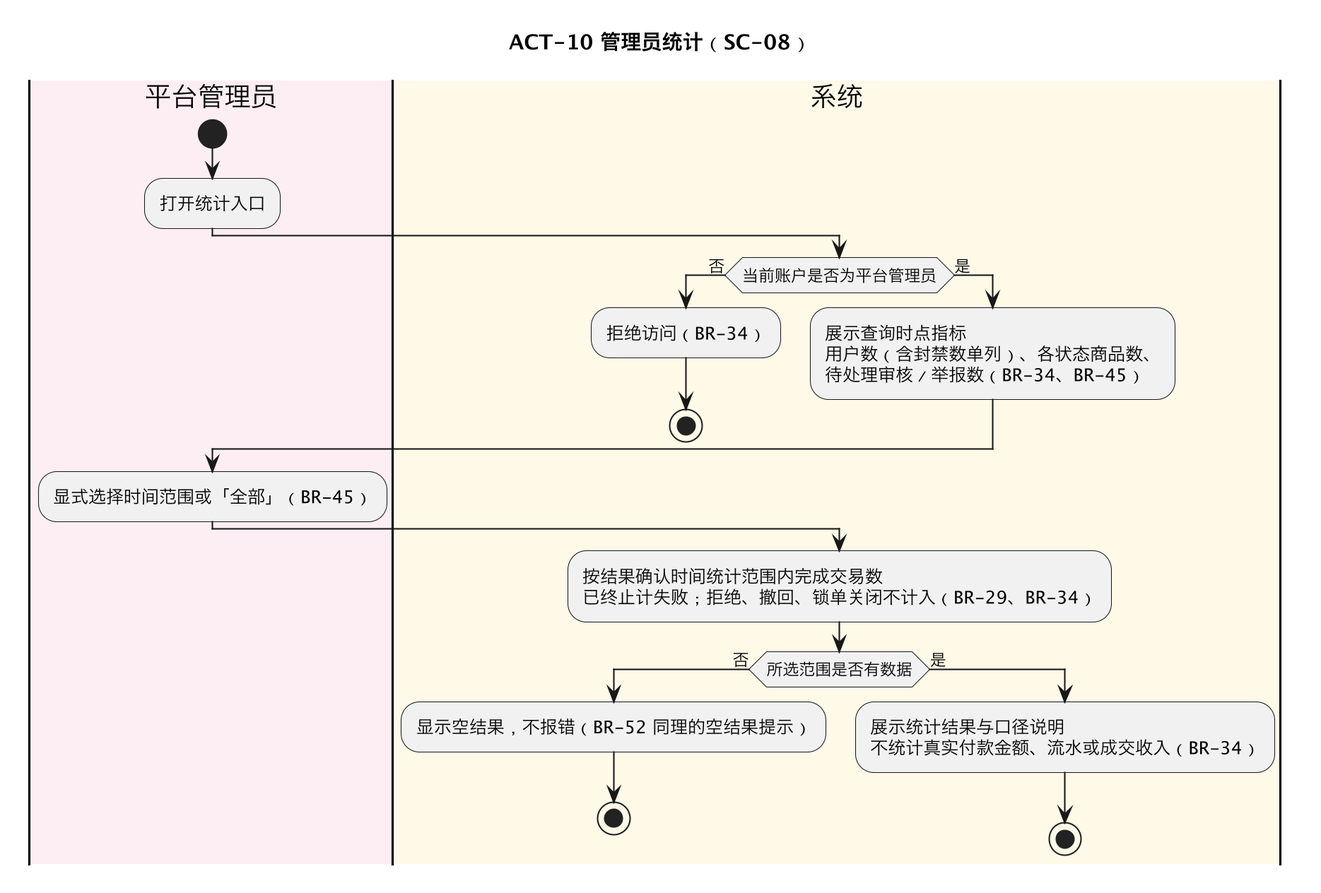
This is docs/appendices/rendered/ACT-10-管理员统计.png from iy88/se-course-project-1, a PlantUML export, as it was before one commit. Its diagram source:
```plantuml
@startuml ACT-10
skinparamlocked dpi 200

title ACT-10 管理员统计（SC-08）

|#FDEEF4|平台管理员|
start
:打开统计入口;

|#FFF9E8|系统|
if (当前账户是否为平台管理员) then (否)
  :拒绝访问（BR-34）;
  stop
else (是)
  :展示查询时点指标\n用户数（含封禁数单列）、各状态商品数、\n待处理审核／举报数（BR-34、BR-45）;
endif

|#FDEEF4|平台管理员|
:显式选择时间范围或「全部」（BR-45）;

|#FFF9E8|系统|
:按结果确认时间统计范围内完成交易数\n已终止计失败；拒绝、撤回、锁单关闭不计入（BR-29、BR-34）;
if (所选范围是否有数据) then (否)
  :显示空结果，不报错（BR-52 同理的空结果提示）;
  stop
else (是)
  :展示统计结果与口径说明\n不统计真实付款金额、流水或成交收入（BR-34）;
  stop
endif

@enduml
```
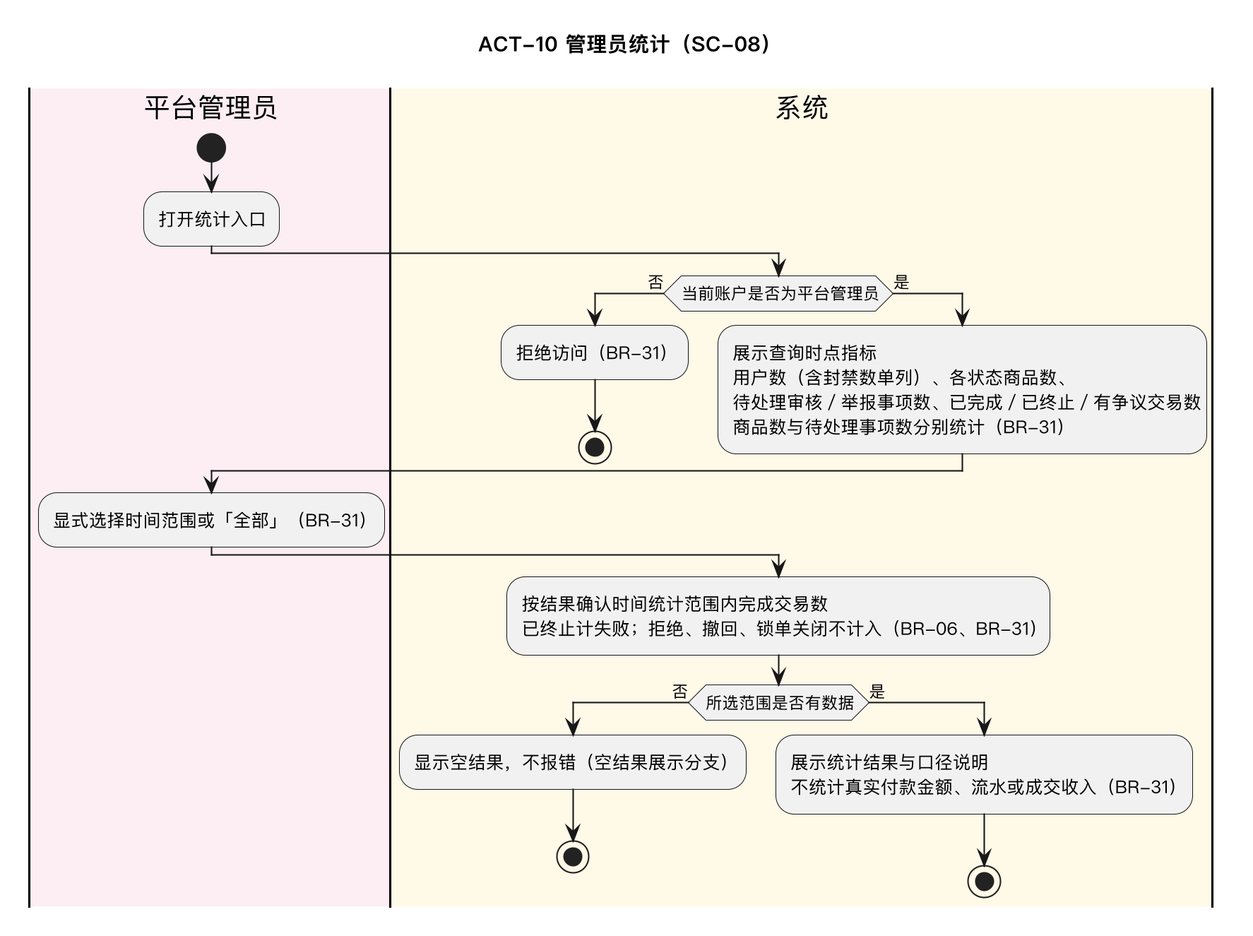
The same file after the commit.

Diff of the diagram source:
```diff
@@ -1,5 +1,7 @@
 @startuml ACT-10
 skinparamlocked dpi 200
+
+skinparam defaultFontName "PingFang SC"
 
 title ACT-10 管理员统计（SC-08）
 
@@ -9,22 +11,22 @@
 
 |#FFF9E8|系统|
 if (当前账户是否为平台管理员) then (否)
-  :拒绝访问（BR-34）;
+  :拒绝访问（BR-31）;
   stop
 else (是)
-  :展示查询时点指标\n用户数（含封禁数单列）、各状态商品数、\n待处理审核／举报数（BR-34、BR-45）;
+  :展示查询时点指标\n用户数（含封禁数单列）、各状态商品数、\n待处理审核／举报事项数、已完成／已终止／有争议交易数\n商品数与待处理事项数分别统计（BR-31）;
 endif
 
 |#FDEEF4|平台管理员|
-:显式选择时间范围或「全部」（BR-45）;
+:显式选择时间范围或「全部」（BR-31）;
 
 |#FFF9E8|系统|
-:按结果确认时间统计范围内完成交易数\n已终止计失败；拒绝、撤回、锁单关闭不计入（BR-29、BR-34）;
+:按结果确认时间统计范围内完成交易数\n已终止计失败；拒绝、撤回、锁单关闭不计入（BR-06、BR-31）;
 if (所选范围是否有数据) then (否)
-  :显示空结果，不报错（BR-52 同理的空结果提示）;
+  :显示空结果，不报错（空结果展示分支）;
   stop
 else (是)
-  :展示统计结果与口径说明\n不统计真实付款金额、流水或成交收入（BR-34）;
+  :展示统计结果与口径说明\n不统计真实付款金额、流水或成交收入（BR-31）;
   stop
 endif
 
```
